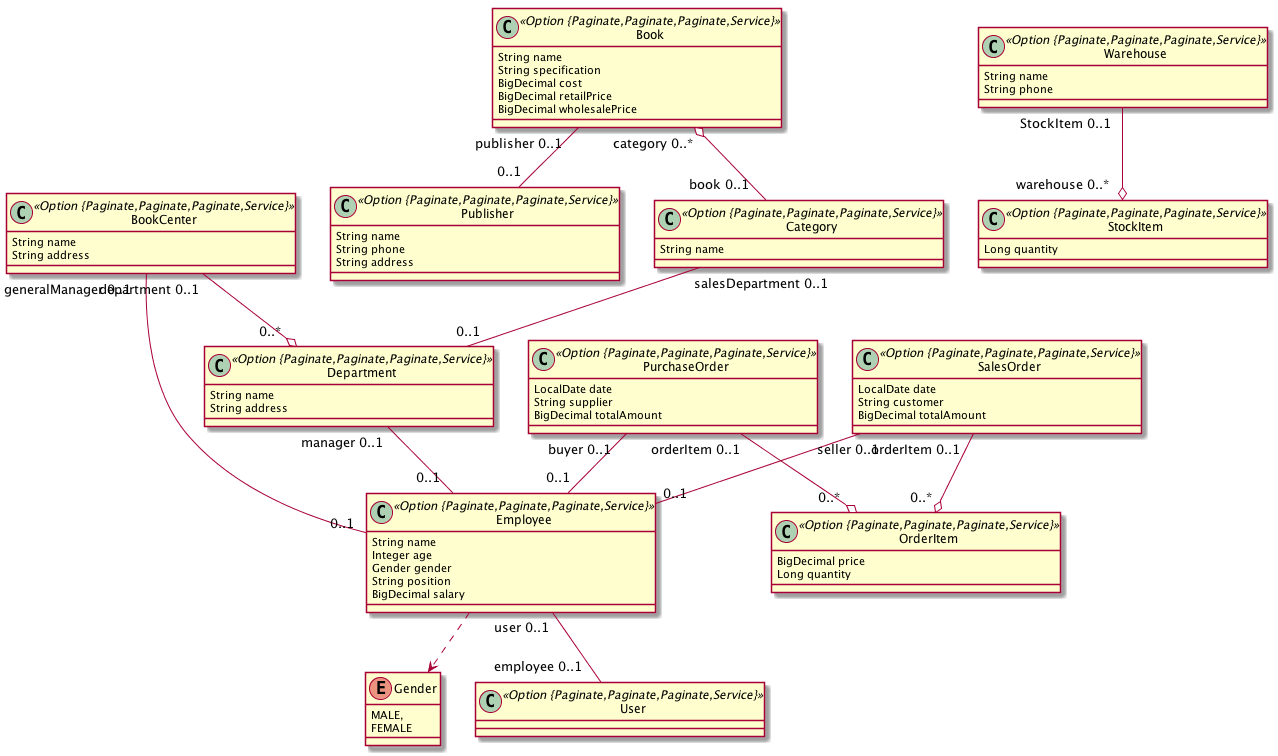
The PlantUML diagram BookCenter.png in henryL1N/bookcenter, before a commit.
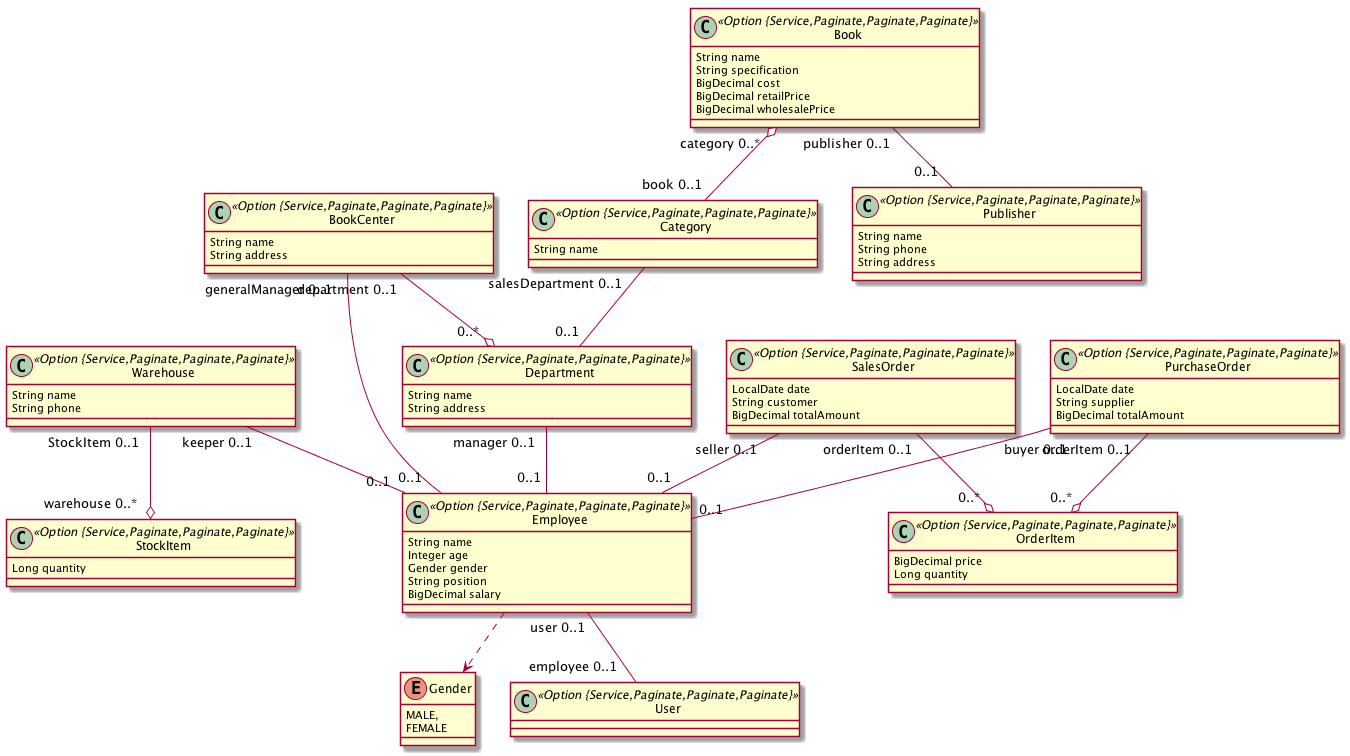
Later version of the same file.

Change to the diagram source:
```diff
@@ -1,24 +1,24 @@
 @startuml
 	!pragma syntax class
-	class Book <<Option {Paginate,Paginate,Paginate,Service}>> {
+	class Book <<Option {Service,Paginate,Paginate,Paginate}>> {
 		String name
 		String specification
 		BigDecimal cost
 		BigDecimal retailPrice
 		BigDecimal wholesalePrice
 	}
-	class BookCenter <<Option {Paginate,Paginate,Paginate,Service}>> {
+	class BookCenter <<Option {Service,Paginate,Paginate,Paginate}>> {
 		String name
 		String address
 	}
-	class Category <<Option {Paginate,Paginate,Paginate,Service}>> {
+	class Category <<Option {Service,Paginate,Paginate,Paginate}>> {
 		String name
 	}
-	class Department <<Option {Paginate,Paginate,Paginate,Service}>> {
+	class Department <<Option {Service,Paginate,Paginate,Paginate}>> {
 		String name
 		String address
 	}
-	class Employee <<Option {Paginate,Paginate,Paginate,Service}>> {
+	class Employee <<Option {Service,Paginate,Paginate,Paginate}>> {
 		String name
 		Integer age
 		Gender gender
@@ -30,29 +30,29 @@
 		MALE,
 		FEMALE
 	}
-	class Publisher <<Option {Paginate,Paginate,Paginate,Service}>> {
+	class Publisher <<Option {Service,Paginate,Paginate,Paginate}>> {
 		String name
 		String phone
 		String address
 	}
-	class StockItem <<Option {Paginate,Paginate,Paginate,Service}>> {
+	class StockItem <<Option {Service,Paginate,Paginate,Paginate}>> {
 		Long quantity
 	}
-	class Warehouse <<Option {Paginate,Paginate,Paginate,Service}>> {
+	class Warehouse <<Option {Service,Paginate,Paginate,Paginate}>> {
 		String name
 		String phone
 	}
-	class PurchaseOrder <<Option {Paginate,Paginate,Paginate,Service}>> {
+	class PurchaseOrder <<Option {Service,Paginate,Paginate,Paginate}>> {
 		LocalDate date
 		String supplier
 		BigDecimal totalAmount
 	}
-	class SalesOrder <<Option {Paginate,Paginate,Paginate,Service}>> {
+	class SalesOrder <<Option {Service,Paginate,Paginate,Paginate}>> {
 		LocalDate date
 		String customer
 		BigDecimal totalAmount
 	}
-	class OrderItem <<Option {Paginate,Paginate,Paginate,Service}>> {
+	class OrderItem <<Option {Service,Paginate,Paginate,Paginate}>> {
 		BigDecimal price
 		Long quantity
 	}
@@ -61,6 +61,7 @@
 	Category  "salesDepartment 0..1 " -- "0..1 "  Department
 	Department  "manager 0..1 " -- "0..1 "  Employee
 	Employee  "user 0..1 " -- "employee 0..1 "  User
+	Warehouse  "keeper 0..1 " -- "0..1 "  Employee
 	PurchaseOrder  "buyer 0..1 " -- "0..1 "  Employee
 	SalesOrder  "seller 0..1 " -- "0..1 "  Employee
 	BookCenter  "department 0..1 " --o "0..* "  Department
@@ -68,6 +69,6 @@
 	SalesOrder  "orderItem 0..1 " --o "0..* "  OrderItem
 	Book  "category 0..* " o-- "book 0..1 "  Category
 	Warehouse  "StockItem 0..1 " --o "warehouse 0..* "  StockItem
-	class User <<Option {Paginate,Paginate,Paginate,Service}>> {
+	class User <<Option {Service,Paginate,Paginate,Paginate}>> {
 	}
 @enduml
```
